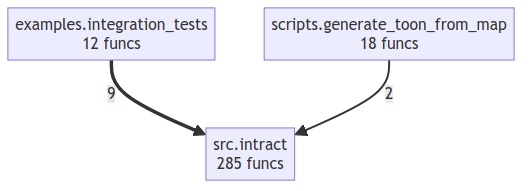
This is project/compact_flow.png from semcod/intract, a Mermaid export, as it was before one commit. Its source is kept beside it as project/compact_flow.mmd.
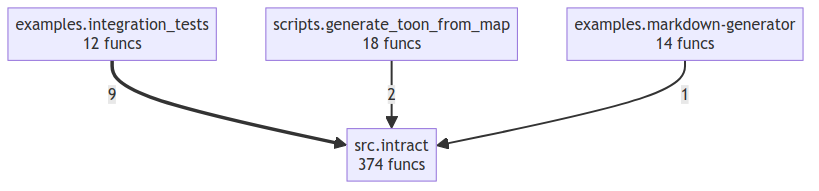
After the change.

The edit, as a diff of the source:
```diff
@@ -1,6 +1,8 @@
 flowchart TD
     examples__integration_tests["examples.integration_tests<br/>12 funcs"]
+    examples__markdown_generator["examples.markdown-generator<br/>14 funcs"]
     scripts__generate_toon_from_map["scripts.generate_toon_from_map<br/>18 funcs"]
-    src__intract["src.intract<br/>285 funcs"]
+    src__intract["src.intract<br/>374 funcs"]
     examples__integration_tests ==>|9| src__intract
     scripts__generate_toon_from_map -->|2| src__intract
+    examples__markdown_generator -->|1| src__intract
```
